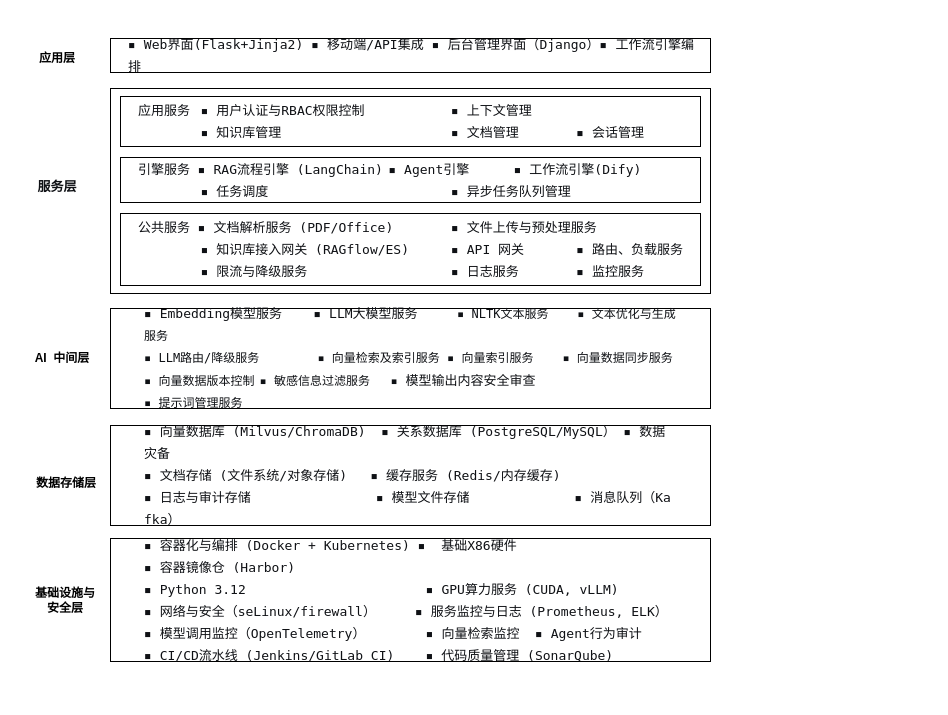
This is deploy/arch.drawio from liuyngchng/llm_agent, a draw.io file, before an edit. Source tidied: cells renumbered, new cells numbered last; positions are measured from the earlier drawing's top-left corner, leaving out a move shared by most shapes. Both pictures are drawn from the tidied source at 100%, with x=0, y=0 at pixel (17, 38).
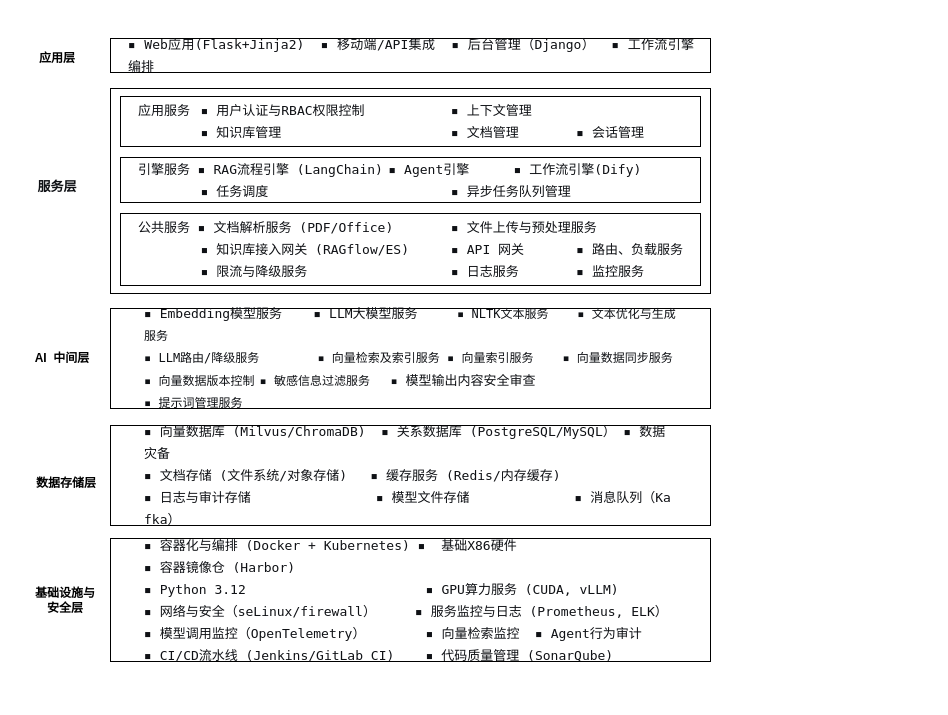
The same page after the edit.

The edit, as a diff of the source:
```diff
@@
 <mxGraphModel>
   <root>
     <mxCell id="0" />
     <mxCell id="1" parent="0" />
     <mxCell id="2" value="应用层" style="rounded=0;whiteSpace=wrap;html=1;fillColor=none;strokeColor=none;fontStyle=1;" parent="1" vertex="1">
       <mxGeometry width="80" height="40" as="geometry" />
     </mxCell>
-    <mxCell id="3" value="&lt;pre style=&quot;text-align: justify; font-variant-numeric: normal; font-variant-east-asian: normal; font-variant-alternates: normal; font-size-adjust: none; font-kerning: auto; font-optical-sizing: auto; font-feature-settings: normal; font-variation-settings: normal; font-variant-position: normal; font-variant-emoji: normal; font-stretch: normal; font-size: 13px; line-height: 22px; font-family: Menlo, Monaco, Consolas, &amp;quot;Cascadia Mono&amp;quot;, &amp;quot;Ubuntu Mono&amp;quot;, &amp;quot;DejaVu Sans Mono&amp;quot;, &amp;quot;Liberation Mono&amp;quot;, &amp;quot;JetBrains Mono&amp;quot;, &amp;quot;Fira Code&amp;quot;, Cousine, &amp;quot;Roboto Mono&amp;quot;, &amp;quot;Courier New&amp;quot;, Courier, sans-serif, system-ui; overflow: auto; text-wrap-mode: wrap; word-break: break-all; padding: 16px; color: rgb(15, 17, 21); margin: 0px !important;&quot;&gt;▪ Web界面(Flask+Jinja2) ▪ 移动端/API集成 ▪ 后台管理界面（Django）▪ 工作流引擎编排&lt;/pre&gt;" style="rounded=0;whiteSpace=wrap;html=1;align=left;fillColor=default;" parent="1" vertex="1">
+    <mxCell id="3" value="&lt;pre style=&quot;text-align: justify; font-variant-numeric: normal; font-variant-east-asian: normal; font-variant-alternates: normal; font-size-adjust: none; font-kerning: auto; font-optical-sizing: auto; font-feature-settings: normal; font-variation-settings: normal; font-variant-position: normal; font-variant-emoji: normal; font-stretch: normal; font-size: 13px; line-height: 22px; font-family: Menlo, Monaco, Consolas, &amp;quot;Cascadia Mono&amp;quot;, &amp;quot;Ubuntu Mono&amp;quot;, &amp;quot;DejaVu Sans Mono&amp;quot;, &amp;quot;Liberation Mono&amp;quot;, &amp;quot;JetBrains Mono&amp;quot;, &amp;quot;Fira Code&amp;quot;, Cousine, &amp;quot;Roboto Mono&amp;quot;, &amp;quot;Courier New&amp;quot;, Courier, sans-serif, system-ui; overflow: auto; text-wrap-mode: wrap; word-break: break-all; padding: 16px; color: rgb(15, 17, 21); margin: 0px !important;&quot;&gt;▪ Web应用(Flask+Jinja2)  ▪ 移动端/API集成  ▪ 后台管理（Django）  ▪ 工作流引擎编排&lt;/pre&gt;" style="rounded=0;whiteSpace=wrap;html=1;align=left;fillColor=default;" parent="1" vertex="1">
       <mxGeometry x="93" width="600" height="34" as="geometry" />
     </mxCell>
     <mxCell id="4" value="&lt;pre style=&quot;font-variant-numeric: normal; font-variant-east-asian: normal; font-variant-alternates: normal; font-size-adjust: none; font-kerning: auto; font-optical-sizing: auto; font-feature-settings: normal; font-variation-settings: normal; font-variant-position: normal; font-variant-emoji: normal; font-stretch: normal; font-size: 13px; line-height: 22px; font-family: Menlo, Monaco, Consolas, &amp;quot;Cascadia Mono&amp;quot;, &amp;quot;Ubuntu Mono&amp;quot;, &amp;quot;DejaVu Sans Mono&amp;quot;, &amp;quot;Liberation Mono&amp;quot;, &amp;quot;JetBrains Mono&amp;quot;, &amp;quot;Fira Code&amp;quot;, Cousine, &amp;quot;Roboto Mono&amp;quot;, &amp;quot;Courier New&amp;quot;, Courier, sans-serif, system-ui; overflow: auto; text-wrap-mode: wrap; word-break: break-all; padding: 16px; color: rgb(15, 17, 21); text-align: start; margin: 0px !important;&quot;&gt;服务层&lt;/pre&gt;" style="rounded=0;whiteSpace=wrap;html=1;strokeColor=none;fontStyle=1;fillColor=none;" parent="1" vertex="1">
       <mxGeometry y="131" width="80" height="33" as="geometry" />
     </mxCell>
     <mxCell id="5" style="rounded=0;whiteSpace=wrap;html=1;align=left;fillColor=default;" parent="1" vertex="1">
       <mxGeometry x="93" y="50" width="600" height="205" as="geometry" />
     </mxCell>
     <mxCell id="6" value="AI&amp;nbsp; 中间层" style="rounded=0;whiteSpace=wrap;html=1;fontStyle=1;strokeColor=none;fillColor=none;" parent="1" vertex="1">
       <mxGeometry x="5" y="301" width="80" height="38" as="geometry" />
     </mxCell>
     <mxCell id="7" value="&lt;pre style=&quot;font-variant-numeric: normal; font-variant-east-asian: normal; font-variant-alternates: normal; font-size-adjust: none; font-kerning: auto; font-optical-sizing: auto; font-feature-settings: normal; font-variation-settings: normal; font-variant-position: normal; font-variant-emoji: normal; font-stretch: normal; line-height: 22px; font-family: Menlo, Monaco, Consolas, &amp;quot;Cascadia Mono&amp;quot;, &amp;quot;Ubuntu Mono&amp;quot;, &amp;quot;DejaVu Sans Mono&amp;quot;, &amp;quot;Liberation Mono&amp;quot;, &amp;quot;JetBrains Mono&amp;quot;, &amp;quot;Fira Code&amp;quot;, Cousine, &amp;quot;Roboto Mono&amp;quot;, &amp;quot;Courier New&amp;quot;, Courier, sans-serif, system-ui; overflow: auto; text-wrap-mode: wrap; word-break: break-all; padding: 16px; color: rgb(15, 17, 21); margin: 0px !important;&quot;&gt;&lt;pre style=&quot;font-variant-numeric: normal; font-variant-east-asian: normal; font-variant-alternates: normal; font-size-adjust: none; font-kerning: auto; font-optical-sizing: auto; font-feature-settings: normal; font-variation-settings: normal; font-variant-position: normal; font-variant-emoji: normal; font-stretch: normal; line-height: 22px; font-family: Menlo, Monaco, Consolas, &amp;quot;Cascadia Mono&amp;quot;, &amp;quot;Ubuntu Mono&amp;quot;, &amp;quot;DejaVu Sans Mono&amp;quot;, &amp;quot;Liberation Mono&amp;quot;, &amp;quot;JetBrains Mono&amp;quot;, &amp;quot;Fira Code&amp;quot;, Cousine, &amp;quot;Roboto Mono&amp;quot;, &amp;quot;Courier New&amp;quot;, Courier, sans-serif, system-ui; overflow: auto; text-wrap-mode: wrap; word-break: break-all; padding: 16px; margin: 0px !important;&quot;&gt;&lt;span style=&quot;font-size: 13px;&quot;&gt;▪ Embedding模型服务    ▪ LLM大模型服务&lt;span style=&quot;white-space: pre;&quot;&gt;&#9;&lt;/span&gt;&lt;/span&gt;▪ NLTK文本服务    ▪ 文本优化与生成服务&lt;br&gt;▪ LLM路由/降级服务&lt;span style=&quot;white-space: pre;&quot;&gt;&#9;&lt;/span&gt;▪ 向量检索及索引服务 ▪ 向量索引服务    ▪ 向量数据同步服务&lt;br&gt;▪ 向量数据版本控制&lt;span style=&quot;white-space: pre;&quot;&gt;&#9;&lt;/span&gt;▪ &lt;font style=&quot;white-space-collapse: collapse; background-color: transparent;&quot;&gt;&lt;span style=&quot;font-family: quote-cjk-patch, Inter, system-ui, -apple-system, BlinkMacSystemFont, &amp;quot;Segoe UI&amp;quot;, Roboto, Oxygen, Ubuntu, Cantarell, &amp;quot;Open Sans&amp;quot;, &amp;quot;Helvetica Neue&amp;quot;, sans-serif; background-color: rgb(255, 255, 255);&quot;&gt;敏感信息过滤服务&lt;span style=&quot;white-space: pre;&quot;&gt;&#9;&lt;/span&gt;&amp;nbsp;&lt;/span&gt;&lt;/font&gt;▪&lt;span style=&quot;font-size: 13px; white-space-collapse: collapse; background-color: transparent;&quot;&gt; &lt;/span&gt;&lt;span style=&quot;font-size: 13px; white-space-collapse: collapse; font-family: quote-cjk-patch, Inter, system-ui, -apple-system, BlinkMacSystemFont, &amp;quot;Segoe UI&amp;quot;, Roboto, Oxygen, Ubuntu, Cantarell, &amp;quot;Open Sans&amp;quot;, &amp;quot;Helvetica Neue&amp;quot;, sans-serif; background-color: rgb(255, 255, 255);&quot;&gt;模型输出内容安全审查&lt;br&gt;&lt;/span&gt;▪ 提示词管理服务&amp;nbsp;&lt;/pre&gt;&lt;/pre&gt;" style="rounded=0;whiteSpace=wrap;html=1;align=left;" parent="1" vertex="1">
       <mxGeometry x="93" y="270" width="600" height="100" as="geometry" />
     </mxCell>
     <mxCell id="8" value="数据存储层" style="rounded=0;whiteSpace=wrap;html=1;fontStyle=1;strokeColor=none;fillColor=none;" parent="1" vertex="1">
       <mxGeometry x="9" y="428" width="80" height="34" as="geometry" />
     </mxCell>
     <mxCell id="9" value="&lt;pre style=&quot;font-variant-numeric: normal; font-variant-east-asian: normal; font-variant-alternates: normal; font-size-adjust: none; font-kerning: auto; font-optical-sizing: auto; font-feature-settings: normal; font-variation-settings: normal; font-variant-position: normal; font-variant-emoji: normal; font-stretch: normal; font-size: 13px; line-height: 22px; font-family: Menlo, Monaco, Consolas, &amp;quot;Cascadia Mono&amp;quot;, &amp;quot;Ubuntu Mono&amp;quot;, &amp;quot;DejaVu Sans Mono&amp;quot;, &amp;quot;Liberation Mono&amp;quot;, &amp;quot;JetBrains Mono&amp;quot;, &amp;quot;Fira Code&amp;quot;, Cousine, &amp;quot;Roboto Mono&amp;quot;, &amp;quot;Courier New&amp;quot;, Courier, sans-serif, system-ui; overflow: auto; text-wrap-mode: wrap; word-break: break-all; padding: 16px; color: rgb(15, 17, 21); margin: 0px !important;&quot;&gt;&lt;pre style=&quot;font-variant-numeric: normal; font-variant-east-asian: normal; font-variant-alternates: normal; font-size-adjust: none; font-kerning: auto; font-optical-sizing: auto; font-feature-settings: normal; font-variation-settings: normal; font-variant-position: normal; font-variant-emoji: normal; font-stretch: normal; line-height: 22px; font-family: Menlo, Monaco, Consolas, &amp;quot;Cascadia Mono&amp;quot;, &amp;quot;Ubuntu Mono&amp;quot;, &amp;quot;DejaVu Sans Mono&amp;quot;, &amp;quot;Liberation Mono&amp;quot;, &amp;quot;JetBrains Mono&amp;quot;, &amp;quot;Fira Code&amp;quot;, Cousine, &amp;quot;Roboto Mono&amp;quot;, &amp;quot;Courier New&amp;quot;, Courier, sans-serif, system-ui; overflow: auto; text-wrap-mode: wrap; word-break: break-all; padding: 16px; margin: 0px !important;&quot;&gt;▪ 向量数据库 (Milvus/ChromaDB)  ▪ 关系数据库 (PostgreSQL/MySQL） ▪ 数据灾备&lt;br&gt;▪ 文档存储 (文件系统/对象存储)   ▪ 缓存服务 (Redis/内存缓存) &lt;br&gt;▪ 日志与审计存储                ▪ 模型文件存储&lt;span style=&quot;white-space: pre;&quot;&gt;&#9;&lt;/span&gt;       ▪ 消息队列（Kafka）&lt;/pre&gt;&lt;/pre&gt;" style="rounded=0;whiteSpace=wrap;html=1;align=left;" parent="1" vertex="1">
       <mxGeometry x="93" y="387" width="600" height="100" as="geometry" />
     </mxCell>
     <mxCell id="10" value="基础设施与&lt;br&gt;安全层" style="rounded=0;whiteSpace=wrap;html=1;fontStyle=1;strokeColor=none;fillColor=none;" parent="1" vertex="1">
       <mxGeometry x="8" y="543" width="80" height="37" as="geometry" />
     </mxCell>
     <mxCell id="11" value="&lt;pre style=&quot;font-variant-numeric: normal; font-variant-east-asian: normal; font-variant-alternates: normal; font-size-adjust: none; font-kerning: auto; font-optical-sizing: auto; font-feature-settings: normal; font-variation-settings: normal; font-variant-position: normal; font-variant-emoji: normal; font-stretch: normal; font-size: 13px; line-height: 22px; font-family: Menlo, Monaco, Consolas, &amp;quot;Cascadia Mono&amp;quot;, &amp;quot;Ubuntu Mono&amp;quot;, &amp;quot;DejaVu Sans Mono&amp;quot;, &amp;quot;Liberation Mono&amp;quot;, &amp;quot;JetBrains Mono&amp;quot;, &amp;quot;Fira Code&amp;quot;, Cousine, &amp;quot;Roboto Mono&amp;quot;, &amp;quot;Courier New&amp;quot;, Courier, sans-serif, system-ui; overflow: auto; word-break: break-all; padding: 16px; color: rgb(15, 17, 21); margin: 0px !important;&quot;&gt;&lt;pre style=&quot;font-variant-numeric: normal; font-variant-east-asian: normal; font-variant-alternates: normal; font-size-adjust: none; font-kerning: auto; font-optical-sizing: auto; font-feature-settings: normal; font-variation-settings: normal; font-variant-position: normal; font-variant-emoji: normal; font-stretch: normal; line-height: 22px; font-family: Menlo, Monaco, Consolas, &amp;quot;Cascadia Mono&amp;quot;, &amp;quot;Ubuntu Mono&amp;quot;, &amp;quot;DejaVu Sans Mono&amp;quot;, &amp;quot;Liberation Mono&amp;quot;, &amp;quot;JetBrains Mono&amp;quot;, &amp;quot;Fira Code&amp;quot;, Cousine, &amp;quot;Roboto Mono&amp;quot;, &amp;quot;Courier New&amp;quot;, Courier, sans-serif, system-ui; overflow: auto; word-break: break-all; padding: 16px; margin: 0px !important;&quot;&gt;&lt;span style=&quot;text-wrap-mode: wrap;&quot;&gt;▪ 容器化与编排 (Docker + Kubernetes) ▪  基础X86硬件   &lt;/span&gt;▪ 容器镜像仓 (Harbor)&lt;span style=&quot;text-wrap-mode: wrap;&quot;&gt;&lt;br&gt;&lt;/span&gt;&lt;span style=&quot;text-wrap-mode: wrap;&quot;&gt;▪ Python 3.12                       ▪ GPU算力服务 (CUDA, vLLM)                                        &lt;br&gt;▪ 网络与安全（seLinux/firewall）&lt;/span&gt;     &lt;span style=&quot;white-space: normal; background-color: transparent;&quot;&gt;▪ 服务监控与日志 (Prometheus, ELK）&lt;/span&gt;▪ 模型调用监控（OpenTelemetry）  &lt;span style=&quot;white-space: pre;&quot;&gt;&#9;&lt;/span&gt;    ▪ 向量检索监控  ▪ Agent行为审计&lt;br&gt;▪ CI/CD流水线 (Jenkins/GitLab CI)    ▪ 代码质量管理 (SonarQube)&lt;/pre&gt;&lt;/pre&gt;" style="rounded=0;whiteSpace=wrap;html=1;align=left;" parent="1" vertex="1">
       <mxGeometry x="93" y="500" width="600" height="123" as="geometry" />
     </mxCell>
     <mxCell id="12" value="&lt;pre style=&quot;font-variant-numeric: normal; font-variant-east-asian: normal; font-variant-alternates: normal; font-size-adjust: none; font-kerning: auto; font-optical-sizing: auto; font-feature-settings: normal; font-variation-settings: normal; font-variant-position: normal; font-variant-emoji: normal; font-stretch: normal; font-size: 13px; line-height: 22px; font-family: Menlo, Monaco, Consolas, &amp;quot;Cascadia Mono&amp;quot;, &amp;quot;Ubuntu Mono&amp;quot;, &amp;quot;DejaVu Sans Mono&amp;quot;, &amp;quot;Liberation Mono&amp;quot;, &amp;quot;JetBrains Mono&amp;quot;, &amp;quot;Fira Code&amp;quot;, Cousine, &amp;quot;Roboto Mono&amp;quot;, &amp;quot;Courier New&amp;quot;, Courier, sans-serif, system-ui; overflow: auto; text-wrap-mode: wrap; word-break: break-all; padding: 16px; color: rgb(15, 17, 21); margin: 0px !important;&quot;&gt;应用服务&lt;span style=&quot;white-space: pre;&quot;&gt;&#9;&lt;/span&gt;▪ 用户认证与RBAC权限控制&lt;span style=&quot;white-space: pre;&quot;&gt;&#9;&lt;span style=&quot;white-space: pre;&quot;&gt;&#9;&lt;/span&gt;&lt;/span&gt;▪ 上下文管理&lt;br&gt;&lt;span style=&quot;white-space: pre;&quot;&gt;&#9;&lt;/span&gt;▪ 知识库管理&lt;span style=&quot;white-space: pre;&quot;&gt;&#9;&lt;/span&gt;&lt;span style=&quot;white-space: pre;&quot;&gt;&#9;&lt;span style=&quot;white-space: pre;&quot;&gt;&#9;&lt;/span&gt;&lt;/span&gt;▪ 文档管理&lt;span style=&quot;white-space: pre;&quot;&gt;&#9;&lt;/span&gt;▪ 会话管理&lt;br&gt;&lt;/pre&gt;" style="rounded=0;whiteSpace=wrap;html=1;align=left;fillColor=default;" parent="1" vertex="1">
       <mxGeometry x="103" y="58" width="580" height="50" as="geometry" />
     </mxCell>
     <mxCell id="13" value="&lt;pre style=&quot;font-variant-numeric: normal; font-variant-east-asian: normal; font-variant-alternates: normal; font-size-adjust: none; font-kerning: auto; font-optical-sizing: auto; font-feature-settings: normal; font-variation-settings: normal; font-variant-position: normal; font-variant-emoji: normal; font-stretch: normal; font-size: 13px; line-height: 22px; font-family: Menlo, Monaco, Consolas, &amp;quot;Cascadia Mono&amp;quot;, &amp;quot;Ubuntu Mono&amp;quot;, &amp;quot;DejaVu Sans Mono&amp;quot;, &amp;quot;Liberation Mono&amp;quot;, &amp;quot;JetBrains Mono&amp;quot;, &amp;quot;Fira Code&amp;quot;, Cousine, &amp;quot;Roboto Mono&amp;quot;, &amp;quot;Courier New&amp;quot;, Courier, sans-serif, system-ui; overflow: auto; text-wrap-mode: wrap; word-break: break-all; padding: 16px; color: rgb(15, 17, 21); margin: 0px !important;&quot;&gt;引擎服务 ▪ RAG流程引擎 (LangChain)&lt;span style=&quot;white-space: pre;&quot;&gt;&#9;&lt;/span&gt;▪&lt;span style=&quot;background-color: transparent; white-space-collapse: collapse;&quot;&gt;&amp;nbsp;&lt;/span&gt;Agent引擎&lt;span style=&quot;white-space: pre;&quot;&gt;&#9;&lt;/span&gt;▪ 工作流引擎(Dify)&lt;span style=&quot;white-space: pre;&quot;&gt;&lt;br&gt;&lt;/span&gt;&lt;span style=&quot;white-space: pre;&quot;&gt;&#9;&lt;/span&gt;▪ 任务调度&lt;span style=&quot;white-space: pre;&quot;&gt;&#9;&lt;span style=&quot;white-space: pre;&quot;&gt;&#9;&lt;span style=&quot;white-space: pre;&quot;&gt;&#9;&lt;/span&gt;&lt;/span&gt;&lt;/span&gt;▪ 异步任务队列管理&lt;br&gt;&lt;/pre&gt;" style="rounded=0;whiteSpace=wrap;html=1;align=left;fillColor=default;" parent="1" vertex="1">
       <mxGeometry x="103" y="119" width="580" height="45" as="geometry" />
     </mxCell>
     <mxCell id="14" value="&lt;pre style=&quot;font-variant-numeric: normal; font-variant-east-asian: normal; font-variant-alternates: normal; font-size-adjust: none; font-kerning: auto; font-optical-sizing: auto; font-feature-settings: normal; font-variation-settings: normal; font-variant-position: normal; font-variant-emoji: normal; font-stretch: normal; font-size: 13px; line-height: 22px; font-family: Menlo, Monaco, Consolas, &amp;quot;Cascadia Mono&amp;quot;, &amp;quot;Ubuntu Mono&amp;quot;, &amp;quot;DejaVu Sans Mono&amp;quot;, &amp;quot;Liberation Mono&amp;quot;, &amp;quot;JetBrains Mono&amp;quot;, &amp;quot;Fira Code&amp;quot;, Cousine, &amp;quot;Roboto Mono&amp;quot;, &amp;quot;Courier New&amp;quot;, Courier, sans-serif, system-ui; overflow: auto; text-wrap-mode: wrap; word-break: break-all; padding: 16px; color: rgb(15, 17, 21); margin: 0px !important;&quot;&gt;公共服务 ▪ 文档解析服务 (PDF/Office) &lt;span style=&quot;white-space: pre;&quot;&gt;&#9;&lt;/span&gt;▪ 文件上传与预处理服务 &lt;br&gt;&lt;span style=&quot;white-space: pre;&quot;&gt;&#9;&lt;/span&gt;▪ 知识库接入网关 (RAGflow/ES) &lt;span style=&quot;white-space: pre;&quot;&gt;&#9;&lt;/span&gt;▪ API 网关&lt;span style=&quot;white-space: pre;&quot;&gt;&#9;&lt;/span&gt;▪ 路由、负载服务&lt;br&gt;&lt;span style=&quot;white-space: pre;&quot;&gt;&#9;&lt;/span&gt;▪ 限流与降级服务           &lt;span style=&quot;white-space: pre;&quot;&gt;&#9;&lt;/span&gt;&lt;span style=&quot;white-space-collapse: collapse; background-color: transparent;&quot;&gt;▪ 日志服务&lt;/span&gt;&#9;&lt;span style=&quot;white-space-collapse: collapse; background-color: transparent;&quot;&gt;▪ 监控服务&lt;/span&gt;&lt;/pre&gt;" style="rounded=0;whiteSpace=wrap;html=1;align=left;fillColor=default;" parent="1" vertex="1">
       <mxGeometry x="103" y="175" width="580" height="72" as="geometry" />
     </mxCell>
   </root>
 </mxGraphModel>
```
